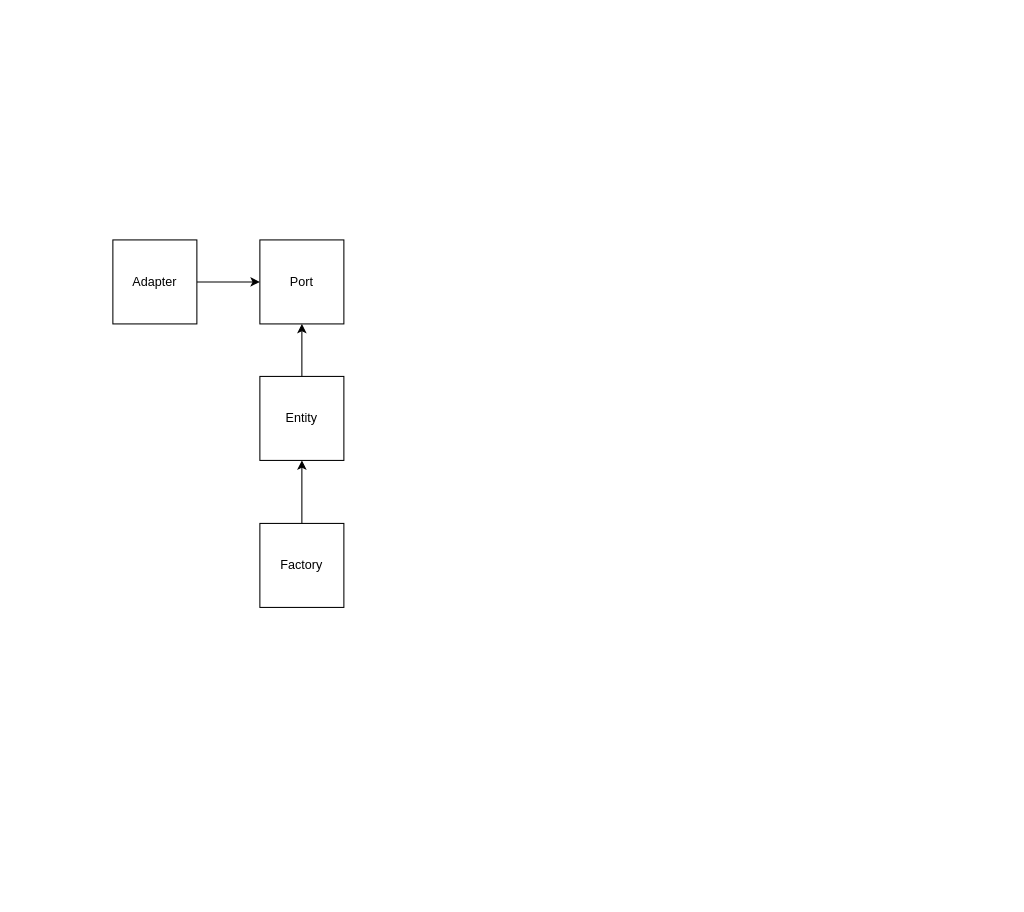
Above: design-architecture.drawio in devmaykinho/payslip-svc (draw.io), before the change. Source tidied: cells renumbered, new cells numbered last; positions are measured from the earlier drawing's top-left corner, leaving out a move shared by most shapes. Both pictures are drawn from the tidied source at 105%, with x=0, y=0 at pixel (112, 239).
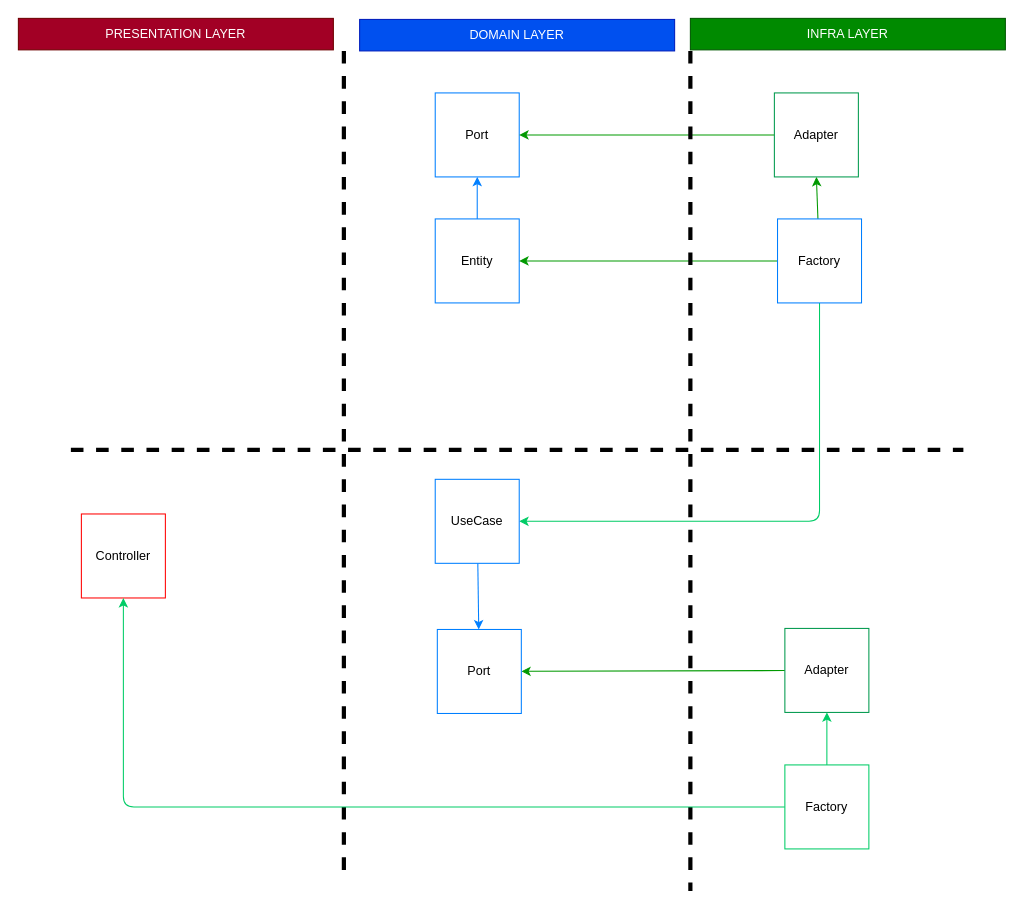
The same page after the edit.

Commit message (it also covers changes not shown here):
chore: creation architectural drawing

The edit, as a diff of the source:
```diff
@@
-    <mxCell id="2" style="edgeStyle=none;html=1;entryX=0.5;entryY=1;entryDx=0;entryDy=0;" parent="1" edge="1" source="3" target="6">
+    <mxCell id="2" style="edgeStyle=none;html=1;entryX=0.5;entryY=1;entryDx=0;entryDy=0;strokeColor=#007FFF;" parent="1" edge="1" source="3" target="6">
       <mxGeometry relative="1" as="geometry" />
     </mxCell>
-    <mxCell id="3" value="Entity" style="whiteSpace=wrap;html=1;" parent="1" vertex="1">
-      <mxGeometry x="140" y="130" width="80" height="80" as="geometry" />
+    <mxCell id="3" value="Entity" style="whiteSpace=wrap;html=1;strokeColor=#007FFF;" parent="1" vertex="1">
+      <mxGeometry x="307" y="-20" width="80" height="80" as="geometry" />
     </mxCell>
-    <mxCell id="4" style="edgeStyle=none;html=1;entryX=0.5;entryY=1;entryDx=0;entryDy=0;" parent="1" edge="1" source="5" target="3">
+    <mxCell id="4" style="edgeStyle=none;html=1;entryX=1;entryY=0.5;entryDx=0;entryDy=0;strokeColor=#009900;strokeWidth=1;" parent="1" edge="1" source="5" target="3">
       <mxGeometry relative="1" as="geometry" />
     </mxCell>
+    <mxCell id="9" style="edgeStyle=none;html=1;strokeColor=#009900;strokeWidth=1;entryX=0.5;entryY=1;entryDx=0;entryDy=0;" parent="1" edge="1" source="5" target="8">
+      <mxGeometry relative="1" as="geometry" />
+    </mxCell>
+    <mxCell id="10" style="edgeStyle=none;html=1;entryX=1;entryY=0.5;entryDx=0;entryDy=0;strokeColor=#00CC66;strokeWidth=1;" parent="1" edge="1" source="5" target="12">
+      <mxGeometry relative="1" as="geometry">
+        <Array as="points">
+          <mxPoint x="673" y="268" />
+        </Array>
+      </mxGeometry>
+    </mxCell>
-    <mxCell id="5" value="Factory" style="whiteSpace=wrap;html=1;" parent="1" vertex="1">
-      <mxGeometry x="140" y="270" width="80" height="80" as="geometry" />
+    <mxCell id="5" value="Factory" style="whiteSpace=wrap;html=1;strokeColor=#007FFF;" parent="1" vertex="1">
+      <mxGeometry x="633" y="-20" width="80" height="80" as="geometry" />
     </mxCell>
-    <mxCell id="6" value="Port" style="whiteSpace=wrap;html=1;" parent="1" vertex="1">
-      <mxGeometry x="140" width="80" height="80" as="geometry" />
+    <mxCell id="6" value="Port" style="whiteSpace=wrap;html=1;strokeColor=#007FFF;" parent="1" vertex="1">
+      <mxGeometry x="307" y="-140" width="80" height="80" as="geometry" />
     </mxCell>
-    <mxCell id="7" style="edgeStyle=none;html=1;" parent="1" edge="1" source="8" target="6">
+    <mxCell id="7" style="edgeStyle=none;html=1;strokeColor=#009900;" parent="1" edge="1" source="8" target="6">
       <mxGeometry relative="1" as="geometry" />
     </mxCell>
-    <mxCell id="8" value="Adapter" style="whiteSpace=wrap;html=1;" parent="1" vertex="1">
-      <mxGeometry width="80" height="80" as="geometry" />
+    <mxCell id="8" value="Adapter" style="whiteSpace=wrap;html=1;strokeColor=#00994D;" parent="1" vertex="1">
+      <mxGeometry x="630" y="-140" width="80" height="80" as="geometry" />
     </mxCell>
+    <mxCell id="11" style="edgeStyle=none;html=1;strokeColor=#007FFF;" parent="1" edge="1" source="12" target="16">
+      <mxGeometry relative="1" as="geometry" />
+    </mxCell>
+    <mxCell id="12" value="UseCase" style="whiteSpace=wrap;html=1;strokeColor=#007FFF;" parent="1" vertex="1">
+      <mxGeometry x="307" y="228" width="80" height="80" as="geometry" />
+    </mxCell>
+    <mxCell id="13" value="Controller" style="whiteSpace=wrap;html=1;strokeColor=#FF0000;" parent="1" vertex="1">
+      <mxGeometry x="-30" y="261" width="80" height="80" as="geometry" />
+    </mxCell>
+    <mxCell id="14" style="edgeStyle=none;html=1;strokeColor=#009900;" parent="1" edge="1" source="15" target="16">
+      <mxGeometry relative="1" as="geometry" />
+    </mxCell>
+    <mxCell id="15" value="Adapter" style="whiteSpace=wrap;html=1;strokeColor=#00994D;" parent="1" vertex="1">
+      <mxGeometry x="640" y="370" width="80" height="80" as="geometry" />
+    </mxCell>
+    <mxCell id="16" value="Port" style="whiteSpace=wrap;html=1;strokeColor=#007FFF;" parent="1" vertex="1">
+      <mxGeometry x="309" y="371" width="80" height="80" as="geometry" />
+    </mxCell>
+    <mxCell id="17" style="endArrow=none;dashed=1;html=1;strokeWidth=4;" parent="1" edge="1">
+      <mxGeometry relative="1" as="geometry">
+        <mxPoint x="-40" y="200" as="sourcePoint" />
+        <mxPoint x="810" y="200" as="targetPoint" />
+      </mxGeometry>
+    </mxCell>
+    <mxCell id="18" style="endArrow=none;dashed=1;html=1;strokeWidth=4;" parent="1" edge="1">
+      <mxGeometry relative="1" as="geometry">
+        <mxPoint x="220" y="-180" as="sourcePoint" />
+        <mxPoint x="220" y="610" as="targetPoint" />
+      </mxGeometry>
+    </mxCell>
+    <mxCell id="19" style="endArrow=none;dashed=1;html=1;strokeWidth=4;" parent="1" edge="1">
+      <mxGeometry relative="1" as="geometry">
+        <mxPoint x="550" y="-180" as="sourcePoint" />
+        <mxPoint x="550" y="620" as="targetPoint" />
+      </mxGeometry>
+    </mxCell>
+    <mxCell id="20" value="DOMAIN LAYER" style="text;html=1;strokeColor=#001DBC;fillColor=#0050ef;align=center;verticalAlign=middle;whiteSpace=wrap;rounded=0;fontColor=#ffffff;" parent="1" vertex="1">
+      <mxGeometry x="235" y="-210" width="300" height="30" as="geometry" />
+    </mxCell>
+    <mxCell id="21" value="INFRA LAYER" style="text;html=1;strokeColor=#005700;fillColor=#008a00;align=center;verticalAlign=middle;whiteSpace=wrap;rounded=0;fontColor=#ffffff;" parent="1" vertex="1">
+      <mxGeometry x="550" y="-211" width="300" height="30" as="geometry" />
+    </mxCell>
+    <mxCell id="22" value="PRESENTATION LAYER" style="text;html=1;strokeColor=#6F0000;fillColor=#a20025;align=center;verticalAlign=middle;whiteSpace=wrap;rounded=0;fontColor=#ffffff;" parent="1" vertex="1">
+      <mxGeometry x="-90" y="-211" width="300" height="30" as="geometry" />
+    </mxCell>
+    <mxCell id="23" style="edgeStyle=none;html=1;entryX=0.5;entryY=1;entryDx=0;entryDy=0;strokeColor=#00CC66;strokeWidth=1;" parent="1" edge="1" source="25" target="15">
+      <mxGeometry relative="1" as="geometry" />
+    </mxCell>
+    <mxCell id="24" style="edgeStyle=none;html=1;entryX=0.5;entryY=1;entryDx=0;entryDy=0;strokeColor=#00CC66;strokeWidth=1;" parent="1" edge="1" source="25" target="13">
+      <mxGeometry relative="1" as="geometry">
+        <Array as="points">
+          <mxPoint x="10" y="540" />
+        </Array>
+      </mxGeometry>
+    </mxCell>
+    <mxCell id="25" value="Factory" style="whiteSpace=wrap;html=1;strokeColor=#00CC66;" parent="1" vertex="1">
+      <mxGeometry x="640" y="500" width="80" height="80" as="geometry" />
+    </mxCell>
```
